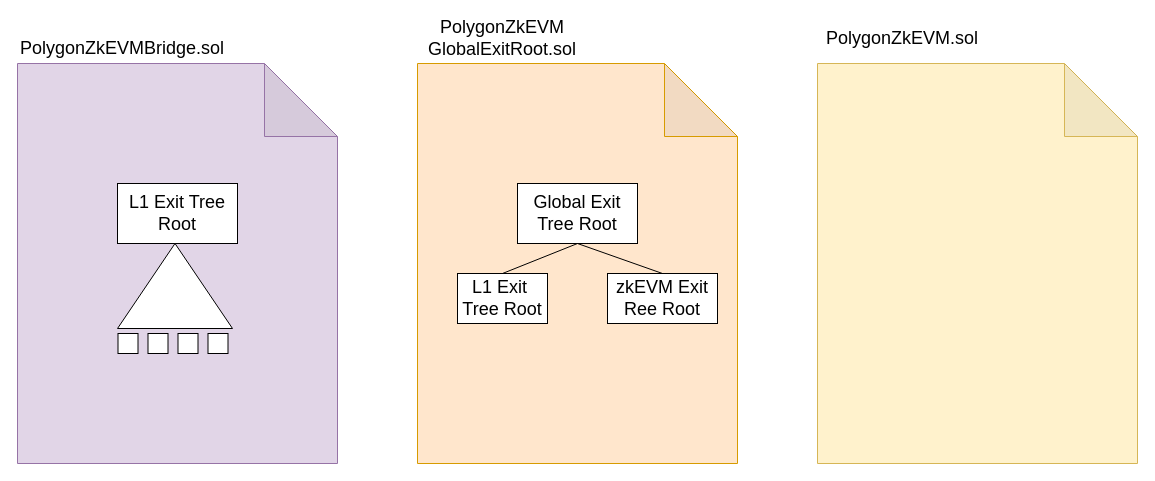
Above: bridge.drawio in Phillip-Kemper/thesis-drawings (draw.io), before the change. Source tidied: cells renumbered, new cells numbered last; positions are measured from the earlier drawing's top-left corner, leaving out a move shared by most shapes. Both pictures are drawn from the tidied source at 100%, with x=0, y=0 at pixel (17, 23).
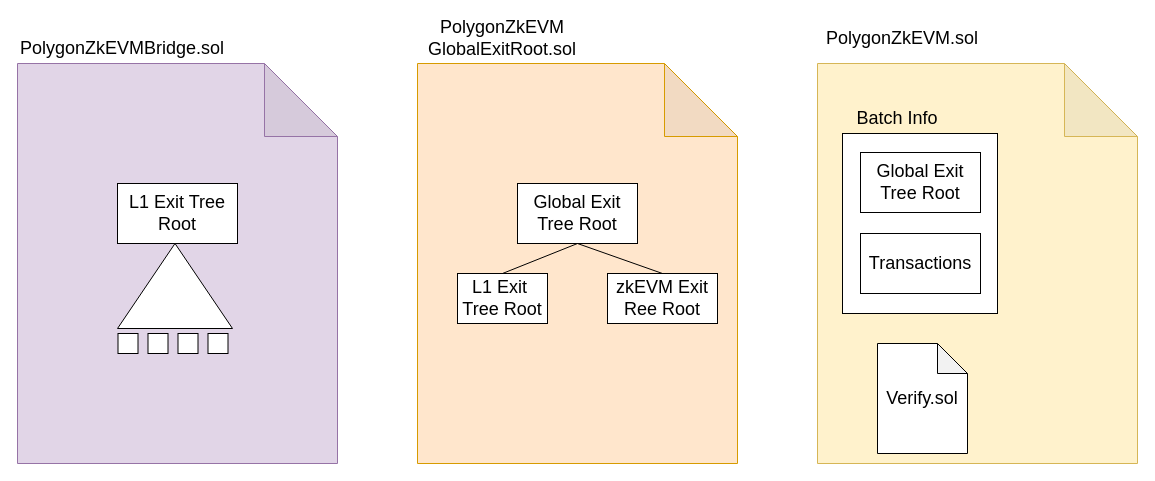
Above is the later version.

Diff of the diagram source:
```diff
@@
+    <mxCell id="19" style="rounded=0;whiteSpace=wrap;html=1;" parent="1" vertex="1">
+      <mxGeometry x="825" y="110" width="155" height="180" as="geometry" />
+    </mxCell>
+    <mxCell id="20" value="&lt;font style=&quot;font-size: 18px;&quot;&gt;Global Exit&lt;br&gt;Tree Root&lt;br&gt;&lt;/font&gt;" style="rounded=0;whiteSpace=wrap;html=1;" parent="1" vertex="1">
+      <mxGeometry x="843" y="129" width="120" height="60" as="geometry" />
+    </mxCell>
+    <mxCell id="21" value="&lt;font style=&quot;font-size: 18px;&quot;&gt;Transactions&lt;br&gt;&lt;/font&gt;" style="rounded=0;whiteSpace=wrap;html=1;" parent="1" vertex="1">
+      <mxGeometry x="843" y="210" width="120" height="60" as="geometry" />
+    </mxCell>
+    <mxCell id="22" value="&lt;font style=&quot;font-size: 18px;&quot;&gt;Batch Info&lt;/font&gt;" style="text;html=1;strokeColor=none;fillColor=none;align=center;verticalAlign=middle;whiteSpace=wrap;rounded=0;" parent="1" vertex="1">
+      <mxGeometry x="830" y="80" width="100" height="30" as="geometry" />
+    </mxCell>
+    <mxCell id="23" value="&lt;font style=&quot;font-size: 18px;&quot;&gt;Verify.sol&lt;/font&gt;" style="shape=note;whiteSpace=wrap;html=1;backgroundOutline=1;darkOpacity=0.05;" parent="1" vertex="1">
+      <mxGeometry x="860" y="320" width="90" height="110" as="geometry" />
+    </mxCell>
```
